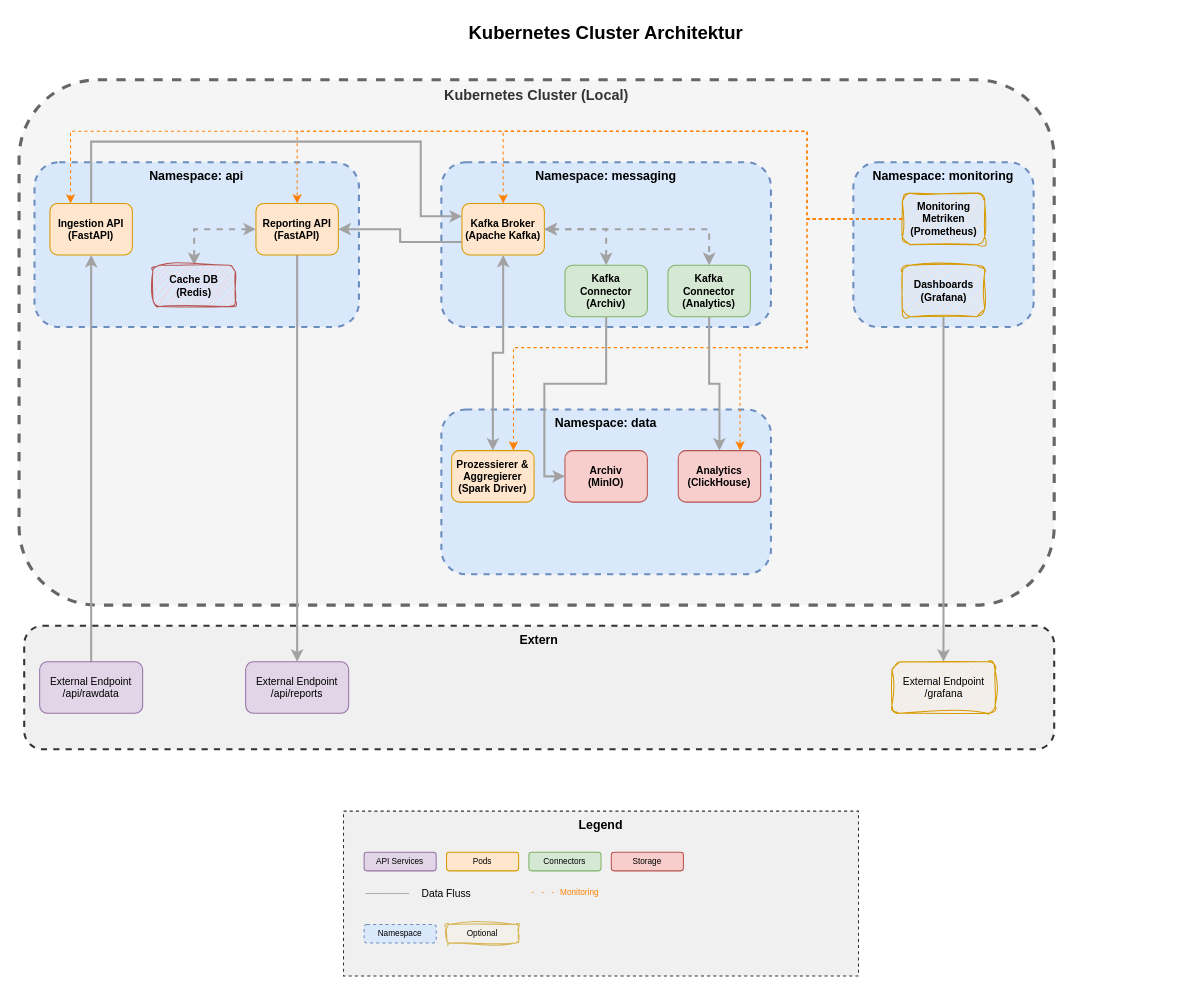
This is page "K8s" (4 of 5) of Projekt Data Engineering.drawio from Kokoloris19097/DLMDWWDE02, a draw.io file, before an edit. Source tidied: cells renumbered, new cells numbered last; positions are measured from the earlier drawing's top-left corner, leaving out a move shared by most shapes. Both pictures are drawn from the tidied source at 103%, with x=0, y=0 at pixel (19, 18).
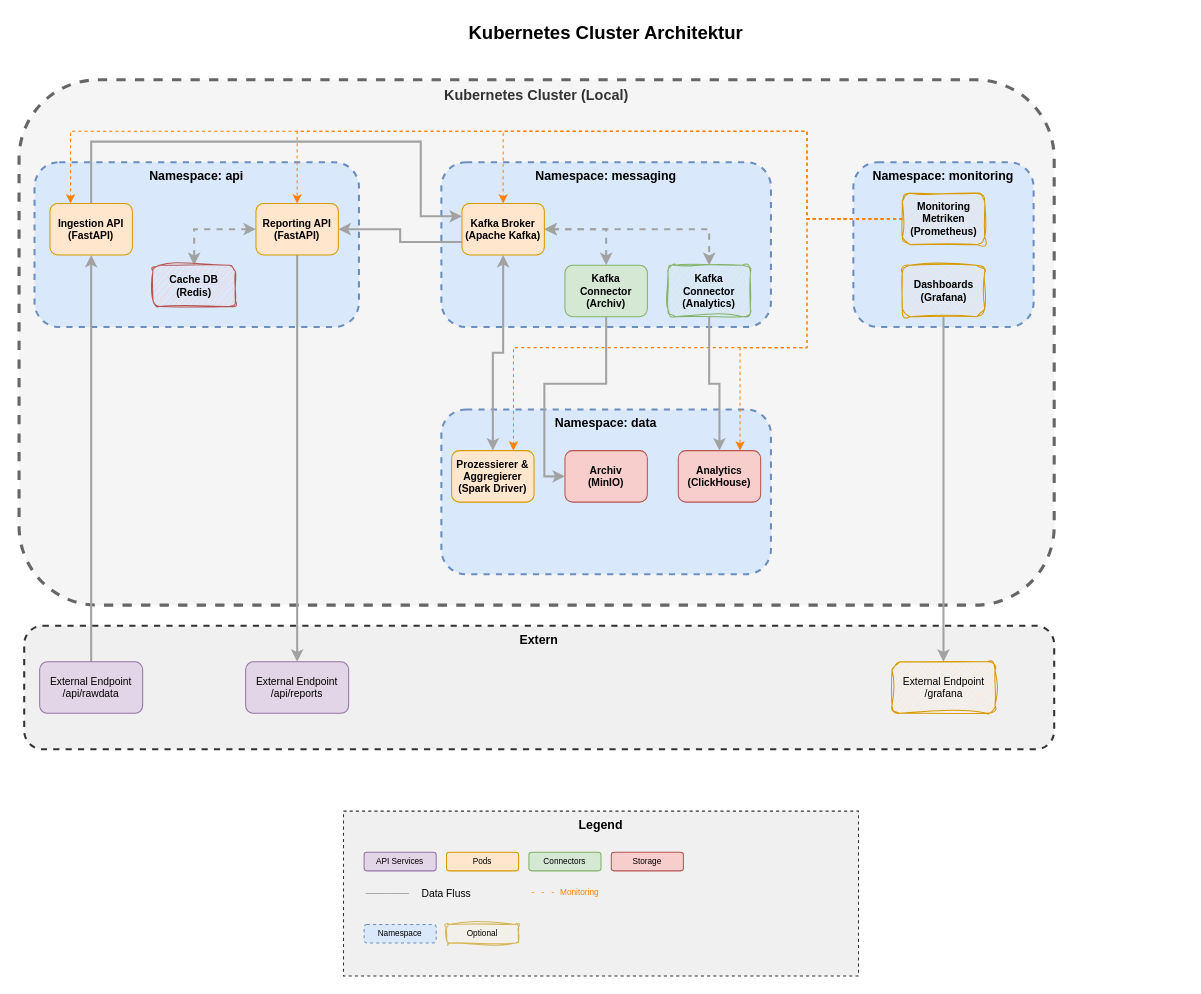
After the change.

Commit message (it also covers changes not shown here):
README.md aktualisiert: Technologie-Stack und Architektur hinzugefügt

What changed in the source:
```diff
@@
-    <mxCell id="35" value="Kafka Connector&lt;br&gt;(Analytics)" style="rounded=1;whiteSpace=wrap;html=1;fillColor=#d5e8d4;strokeColor=#82b366;fontSize=10;fontStyle=1;" parent="1" vertex="1">
+    <mxCell id="35" value="Kafka Connector&lt;br&gt;(Analytics)" style="rounded=1;whiteSpace=wrap;html=1;fillColor=#d5e8d4;strokeColor=#82b366;fontSize=10;fontStyle=1;sketch=1;curveFitting=1;jiggle=2;" parent="1" vertex="1">
       <mxGeometry x="630" y="240" width="80" height="50" as="geometry" />
     </mxCell>
```
